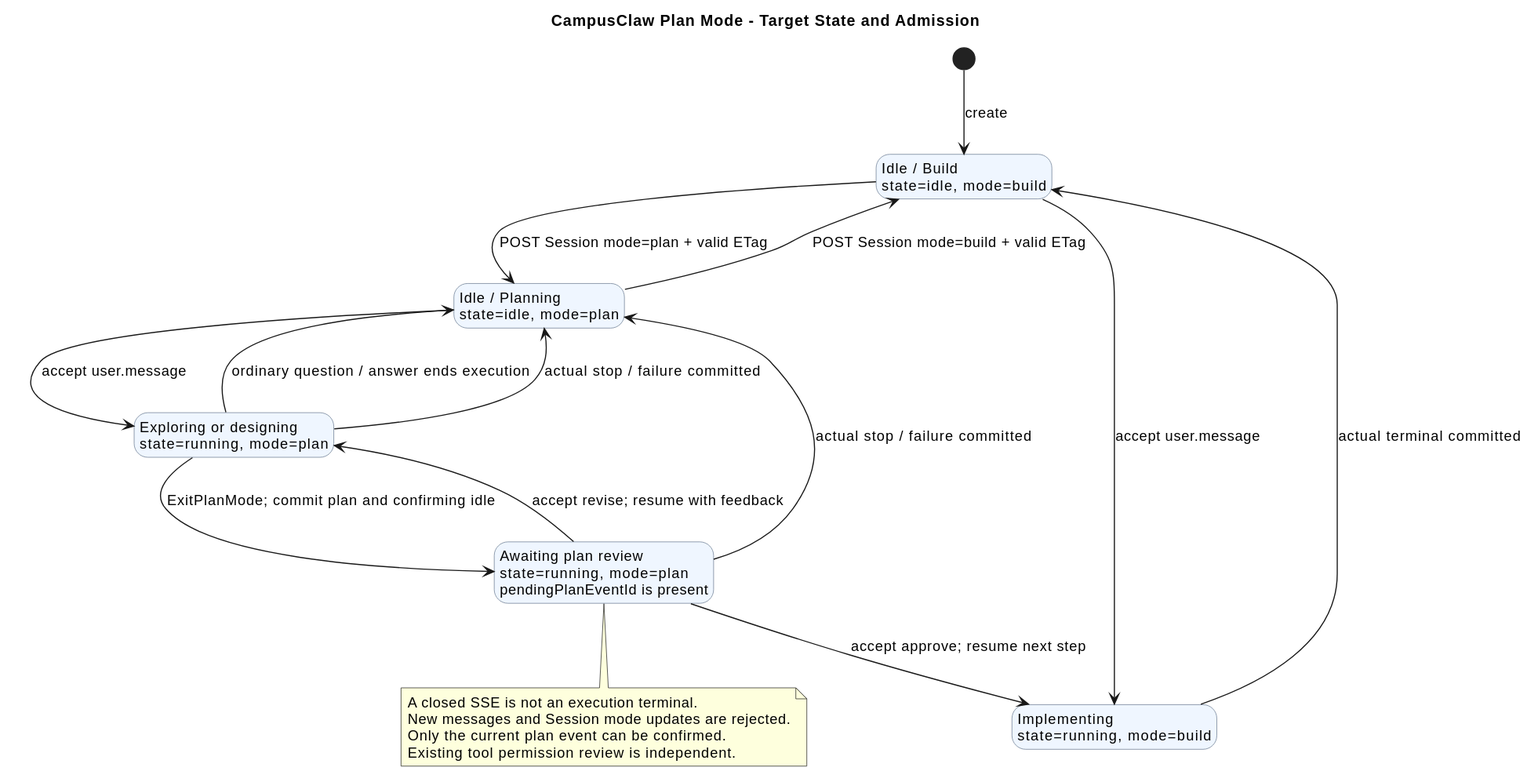
The PlantUML diagram 01-总体架构/06-CampusClaw计划模式/plan_mode_state.svg in ssm0808/pi-mono-java-design, before a commit.
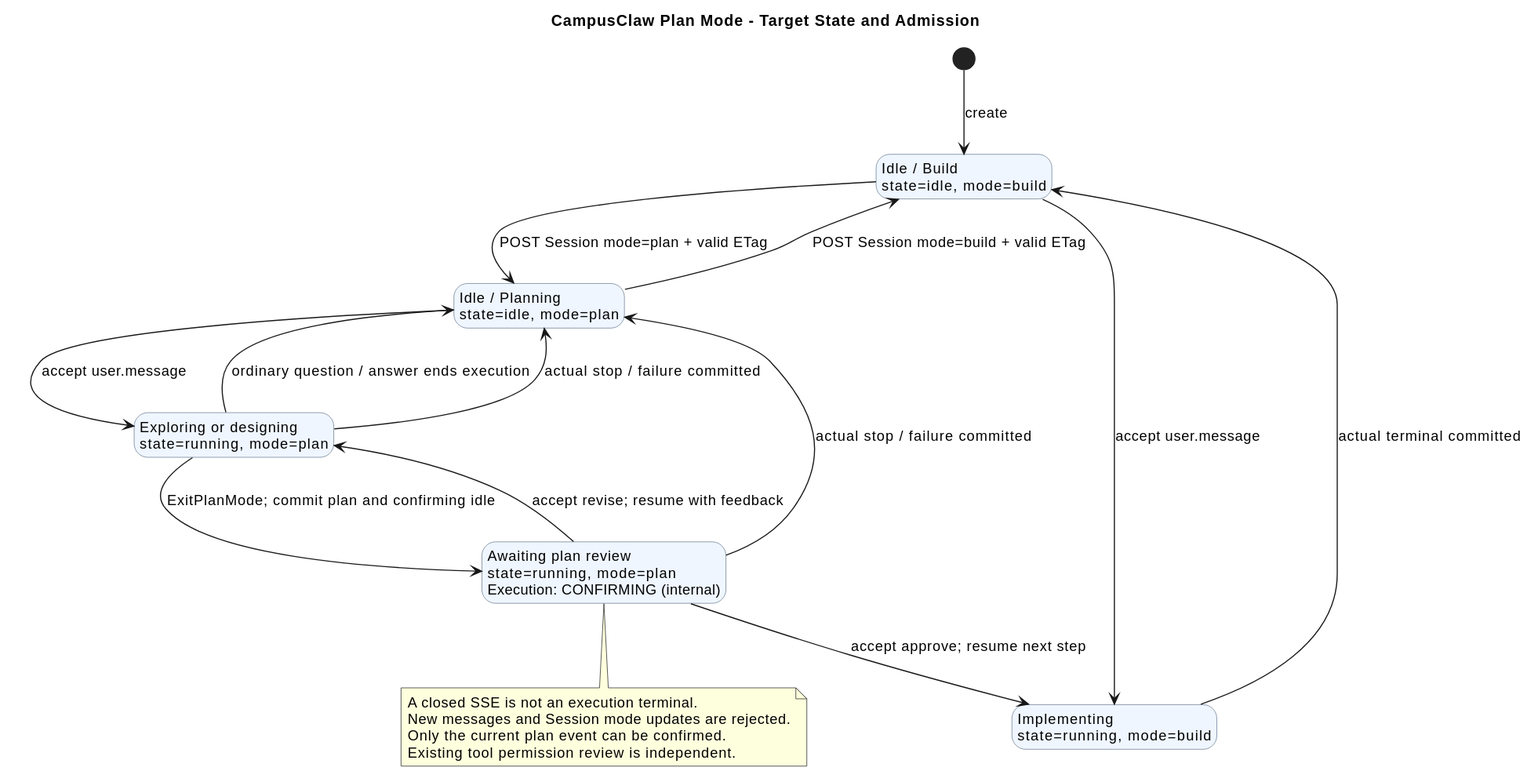
Later version of the same file.

Diff of the diagram source:
```diff
@@ -11,7 +11,7 @@
 state "Idle / Build\nstate=idle, mode=build" as Normal
 state "Idle / Planning\nstate=idle, mode=plan" as PlanIdle
 state "Exploring or designing\nstate=running, mode=plan" as Planning
-state "Awaiting plan review\nstate=running, mode=plan\npendingPlanEventId is present" as Reviewing
+state "Awaiting plan review\nstate=running, mode=plan\nExecution: CONFIRMING (internal)" as Reviewing
 state "Implementing\nstate=running, mode=build" as Implementing
 
 [*] --> Normal : create
```
